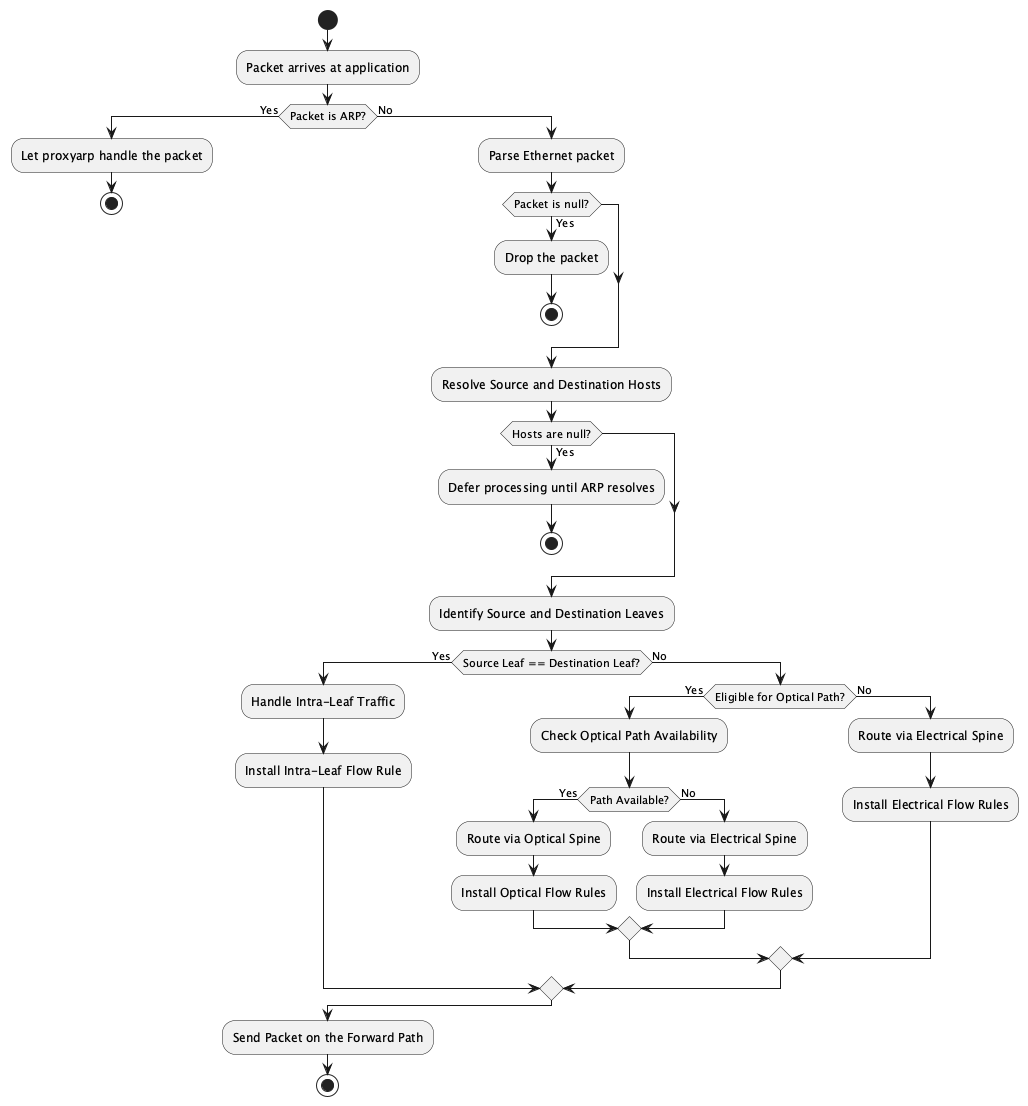
The PlantUML diagram flow.png in Aritj/34359-SDN-project, before a commit.
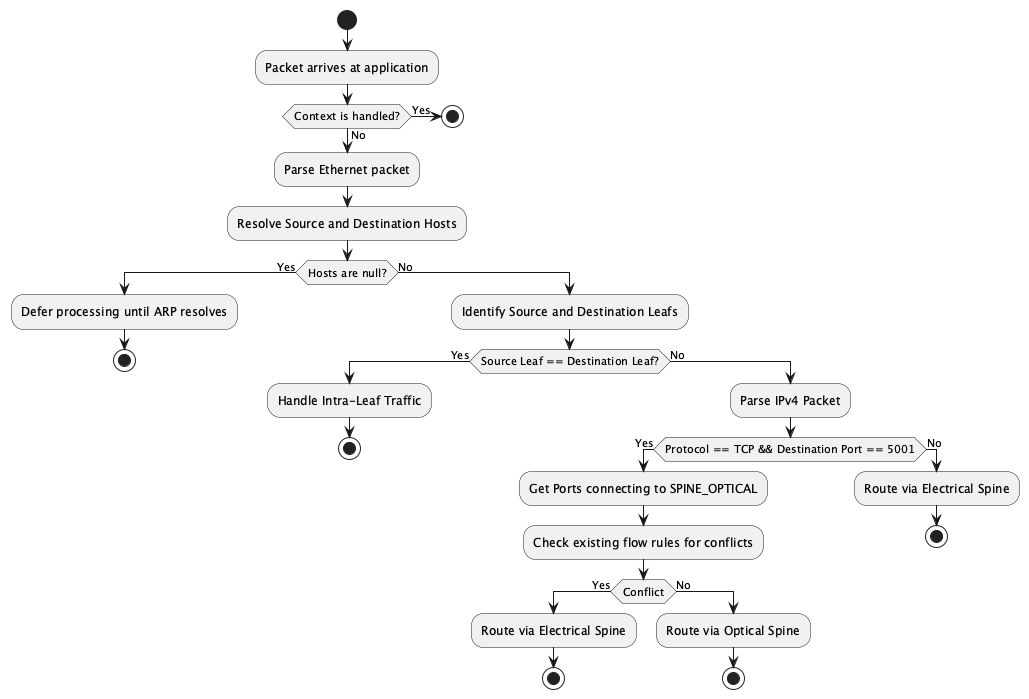
The same file after the commit.

Change to the diagram source:
```diff
@@ -1,43 +1,38 @@
 @startuml flow
 start
 :Packet arrives at application;
-if (Packet is ARP?) then (Yes)
-    :Let proxyarp handle the packet;
+
+if (Context is handled?) then (Yes)
     stop
 else (No)
     :Parse Ethernet packet;
-    if (Packet is null?) then (Yes)
-        :Drop the packet;
-        stop
-    endif
-
     :Resolve Source and Destination Hosts;
     if (Hosts are null?) then (Yes)
         :Defer processing until ARP resolves;
         stop
-    endif
-
-    :Identify Source and Destination Leaves;
-    if (Source Leaf == Destination Leaf?) then (Yes)
-        :Handle Intra-Leaf Traffic;
-        :Install Intra-Leaf Flow Rule;
     else (No)
-        if (Eligible for Optical Path?) then (Yes)
-            :Check Optical Path Availability;
-            if (Path Available?) then (Yes)
-                :Route via Optical Spine;
-                :Install Optical Flow Rules;
+        :Identify Source and Destination Leafs;
+        if (Source Leaf == Destination Leaf?) then (Yes)
+            :Handle Intra-Leaf Traffic;
+            stop
+        else (No)
+            :Parse IPv4 Packet;
+            if (Protocol == TCP && Destination Port == 5001) then (Yes)
+                :Get Ports connecting to SPINE_OPTICAL;
+                :Check existing flow rules for conflicts;
+                if (Conflict) then (Yes)
+                    :Route via Electrical Spine;
+                    stop
+                else (No)
+                    :Route via Optical Spine;
+                    stop
+                endif
             else (No)
                 :Route via Electrical Spine;
-                :Install Electrical Flow Rules;
+                stop
             endif
-        else (No)
-            :Route via Electrical Spine;
-            :Install Electrical Flow Rules;
         endif
     endif
 endif
 
-:Send Packet on the Forward Path;
-stop
 @enduml
```
